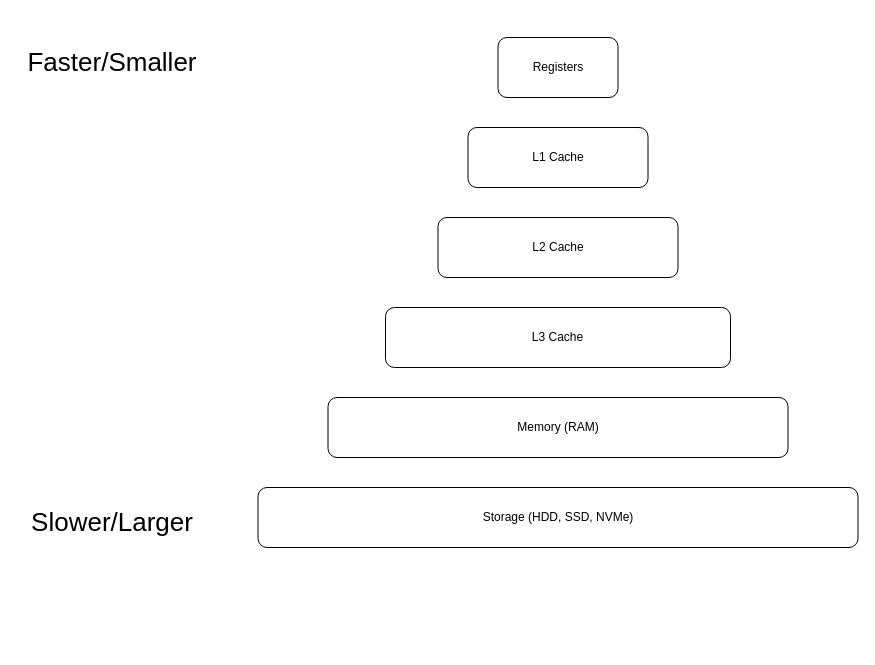
Above: figures/diagrams/cpu_hierarchy.drawio in absorensen/numbers_go_brrrr (draw.io), before the change. Source tidied: cells renumbered, new cells numbered last; positions are measured from the earlier drawing's top-left corner, leaving out a move shared by most shapes. Both pictures are drawn from the tidied source at 100%, with x=0, y=0 at pixel (17, 37).
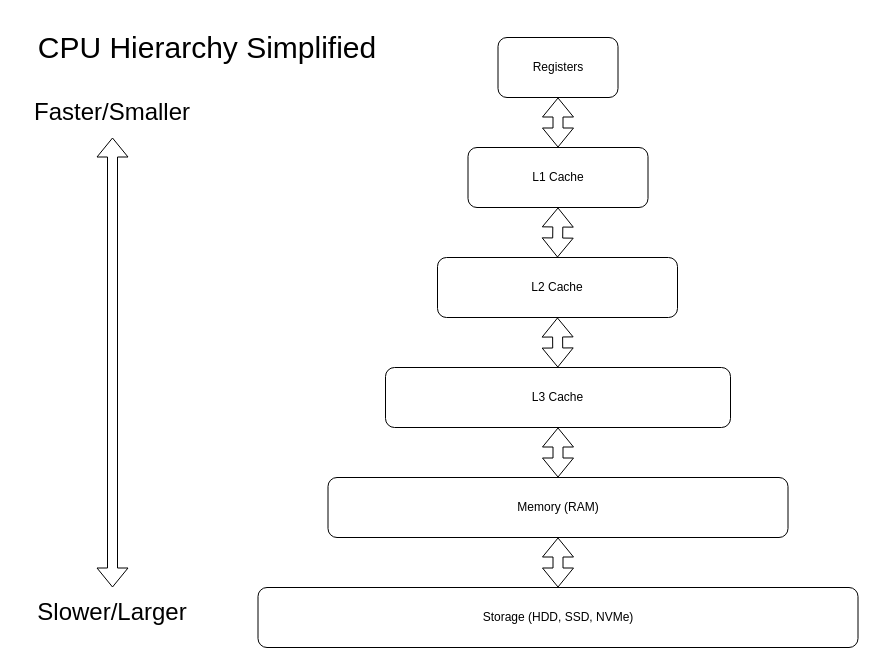
The same page after the edit.

Diff of the diagram source:
```diff
@@
 <mxGraphModel>
   <root>
     <mxCell id="0" />
     <mxCell id="1" parent="0" />
     <mxCell id="2" value="Registers" style="rounded=1;whiteSpace=wrap;html=1;" parent="1" vertex="1">
       <mxGeometry x="480.5" width="120" height="60" as="geometry" />
     </mxCell>
     <mxCell id="3" value="&lt;div&gt;L1 Cache&lt;/div&gt;" style="rounded=1;whiteSpace=wrap;html=1;" parent="1" vertex="1">
-      <mxGeometry x="450.5" y="90" width="180" height="60" as="geometry" />
+      <mxGeometry x="450.5" y="110" width="180" height="60" as="geometry" />
     </mxCell>
     <mxCell id="4" value="L2 Cache" style="rounded=1;whiteSpace=wrap;html=1;" parent="1" vertex="1">
-      <mxGeometry x="420.5" y="180" width="240" height="60" as="geometry" />
+      <mxGeometry x="420" y="220" width="240" height="60" as="geometry" />
     </mxCell>
     <mxCell id="5" value="L3 Cache" style="rounded=1;whiteSpace=wrap;html=1;" parent="1" vertex="1">
-      <mxGeometry x="368" y="270" width="345" height="60" as="geometry" />
+      <mxGeometry x="368" y="330" width="345" height="60" as="geometry" />
     </mxCell>
     <mxCell id="6" value="Memory (RAM)" style="rounded=1;whiteSpace=wrap;html=1;" parent="1" vertex="1">
-      <mxGeometry x="310.5" y="360" width="460" height="60" as="geometry" />
+      <mxGeometry x="310.5" y="440" width="460" height="60" as="geometry" />
     </mxCell>
     <mxCell id="7" value="Storage (HDD, SSD, NVMe)" style="rounded=1;whiteSpace=wrap;html=1;" parent="1" vertex="1">
-      <mxGeometry x="240.5" y="450" width="600" height="60" as="geometry" />
+      <mxGeometry x="240.5" y="550" width="600" height="60" as="geometry" />
     </mxCell>
-    <mxCell id="8" value="&lt;font style=&quot;font-size: 26px;&quot;&gt;Faster/Smaller&lt;/font&gt;" style="text;html=1;strokeColor=none;fillColor=none;align=center;verticalAlign=middle;whiteSpace=wrap;rounded=0;" parent="1" vertex="1">
-      <mxGeometry width="190" height="50" as="geometry" />
+    <mxCell id="8" value="&lt;font style=&quot;font-size: 24px;&quot;&gt;Faster/Smaller&lt;/font&gt;" style="text;html=1;strokeColor=none;fillColor=none;align=center;verticalAlign=middle;whiteSpace=wrap;rounded=0;" parent="1" vertex="1">
+      <mxGeometry y="50" width="190" height="50" as="geometry" />
     </mxCell>
-    <mxCell id="9" value="&lt;font style=&quot;font-size: 26px;&quot;&gt;Slower/Larger&lt;/font&gt;" style="text;html=1;strokeColor=none;fillColor=none;align=center;verticalAlign=middle;whiteSpace=wrap;rounded=0;" parent="1" vertex="1">
-      <mxGeometry y="460" width="190" height="50" as="geometry" />
+    <mxCell id="9" value="&lt;font style=&quot;font-size: 24px;&quot;&gt;Slower/Larger&lt;/font&gt;" style="text;html=1;strokeColor=none;fillColor=none;align=center;verticalAlign=middle;whiteSpace=wrap;rounded=0;" parent="1" vertex="1">
+      <mxGeometry y="550" width="190" height="50" as="geometry" />
     </mxCell>
+    <mxCell id="10" style="shape=flexArrow;endArrow=classic;startArrow=classic;html=1;rounded=0;entryX=0.5;entryY=1;entryDx=0;entryDy=0;exitX=0.5;exitY=0;exitDx=0;exitDy=0;" parent="1" edge="1" source="3" target="2">
+      <mxGeometry relative="1" as="geometry" />
+    </mxCell>
+    <mxCell id="11" style="shape=flexArrow;endArrow=classic;startArrow=classic;html=1;rounded=0;entryX=0.5;entryY=1;entryDx=0;entryDy=0;exitX=0.5;exitY=0;exitDx=0;exitDy=0;" parent="1" edge="1" source="4" target="3">
+      <mxGeometry relative="1" as="geometry" />
+    </mxCell>
+    <mxCell id="12" style="shape=flexArrow;endArrow=classic;startArrow=classic;html=1;rounded=0;entryX=0.5;entryY=1;entryDx=0;entryDy=0;" parent="1" edge="1" source="5" target="4">
+      <mxGeometry relative="1" as="geometry" />
+    </mxCell>
+    <mxCell id="13" style="shape=flexArrow;endArrow=classic;startArrow=classic;html=1;rounded=0;entryX=0.5;entryY=1;entryDx=0;entryDy=0;exitX=0.5;exitY=0;exitDx=0;exitDy=0;" parent="1" edge="1" source="6" target="5">
+      <mxGeometry relative="1" as="geometry" />
+    </mxCell>
+    <mxCell id="14" style="shape=flexArrow;endArrow=classic;startArrow=classic;html=1;rounded=0;entryX=0.5;entryY=1;entryDx=0;entryDy=0;" parent="1" edge="1" source="7" target="6">
+      <mxGeometry relative="1" as="geometry" />
+    </mxCell>
+    <mxCell id="15" style="shape=flexArrow;endArrow=classic;startArrow=classic;html=1;rounded=0;entryX=0.5;entryY=1;entryDx=0;entryDy=0;" parent="1" edge="1" source="9" target="8">
+      <mxGeometry relative="1" as="geometry" />
+    </mxCell>
+    <mxCell id="16" value="&lt;font style=&quot;font-size: 30px;&quot;&gt;CPU Hierarchy Simplified&lt;br&gt;&lt;/font&gt;" style="text;html=1;strokeColor=none;fillColor=none;align=center;verticalAlign=middle;whiteSpace=wrap;rounded=0;" parent="1" vertex="1">
+      <mxGeometry y="-20" width="380" height="60" as="geometry" />
+    </mxCell>
   </root>
 </mxGraphModel>
```
